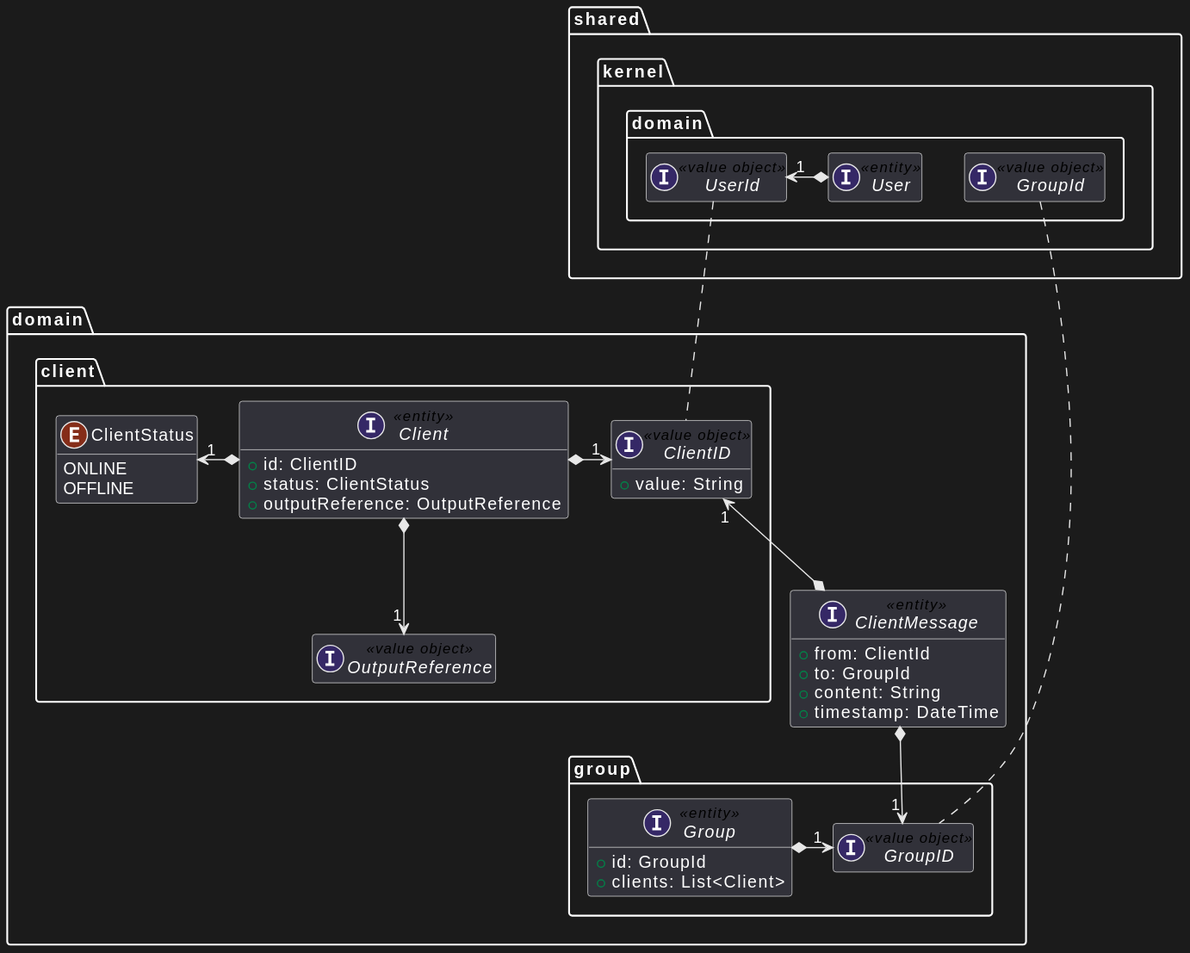
Before: res/chat-service-structure-domain-dark.svg, a diagram exported from PlantUML (position-pal/position-pal.github.io).
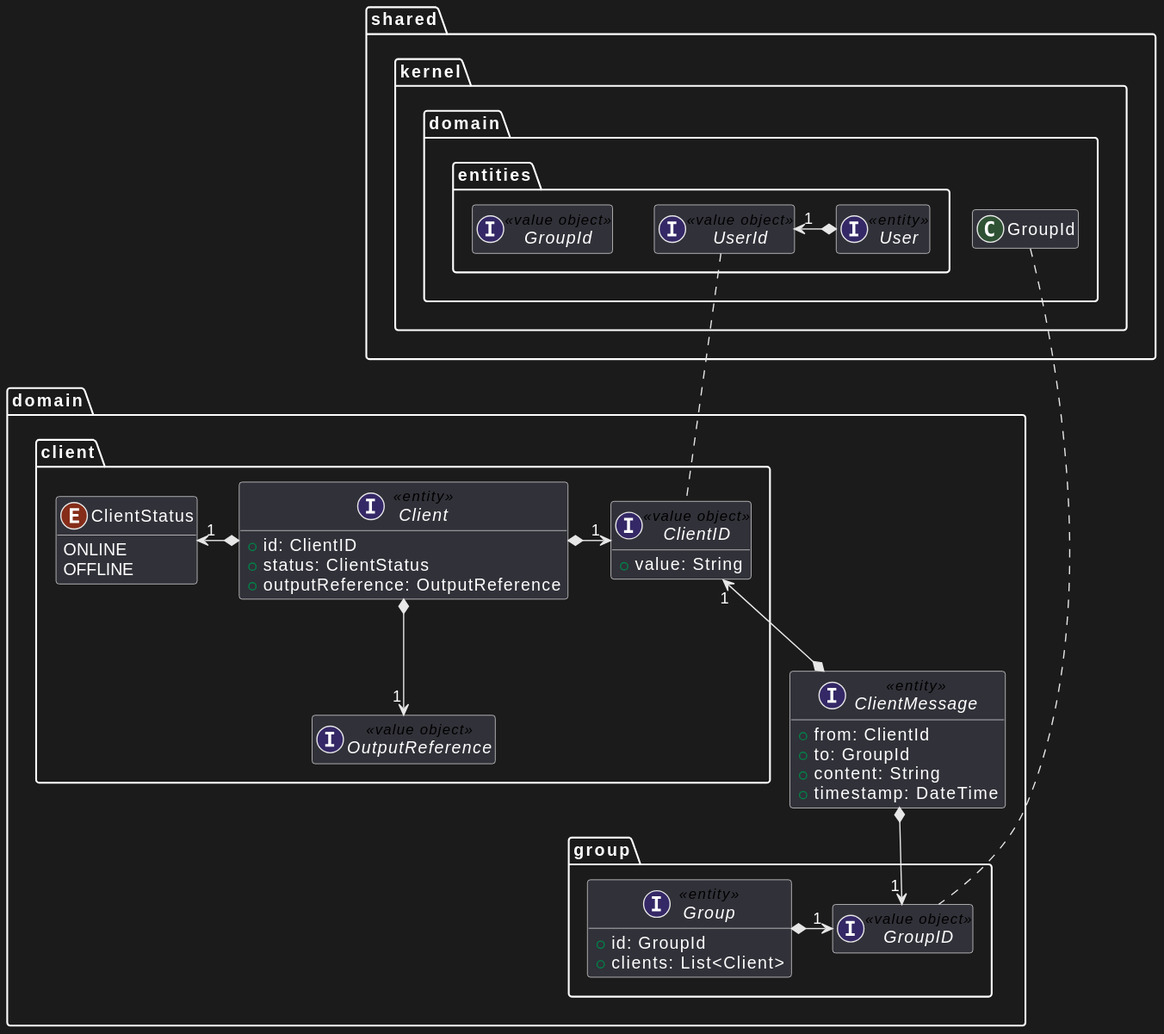
After the change.

Change to the diagram source:
```diff
@@ -1,6 +1,6 @@
 @startuml
 hide empty members
-package shared.kernel.domain {
+package shared.kernel.domain.entities {
     interface User <<entity>>
     interface UserId <<value object>>
     interface GroupId <<value object>>
```
